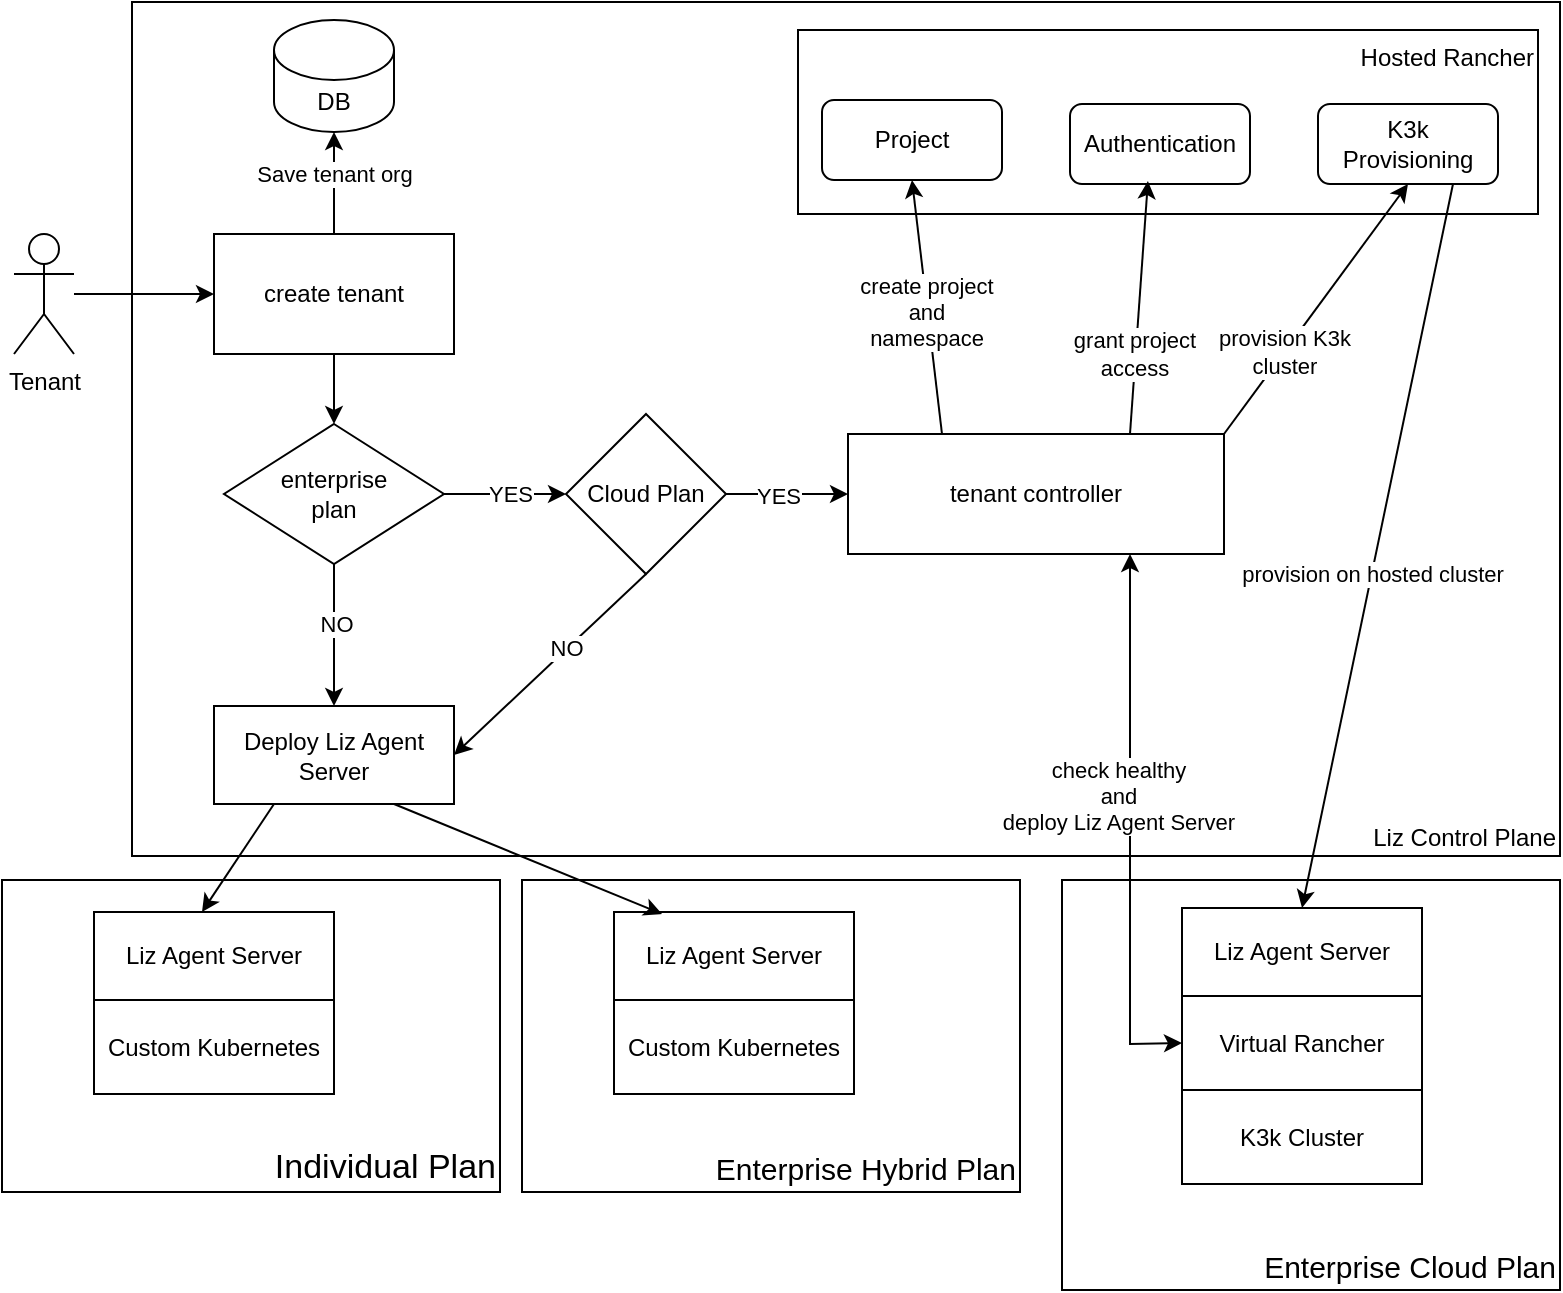
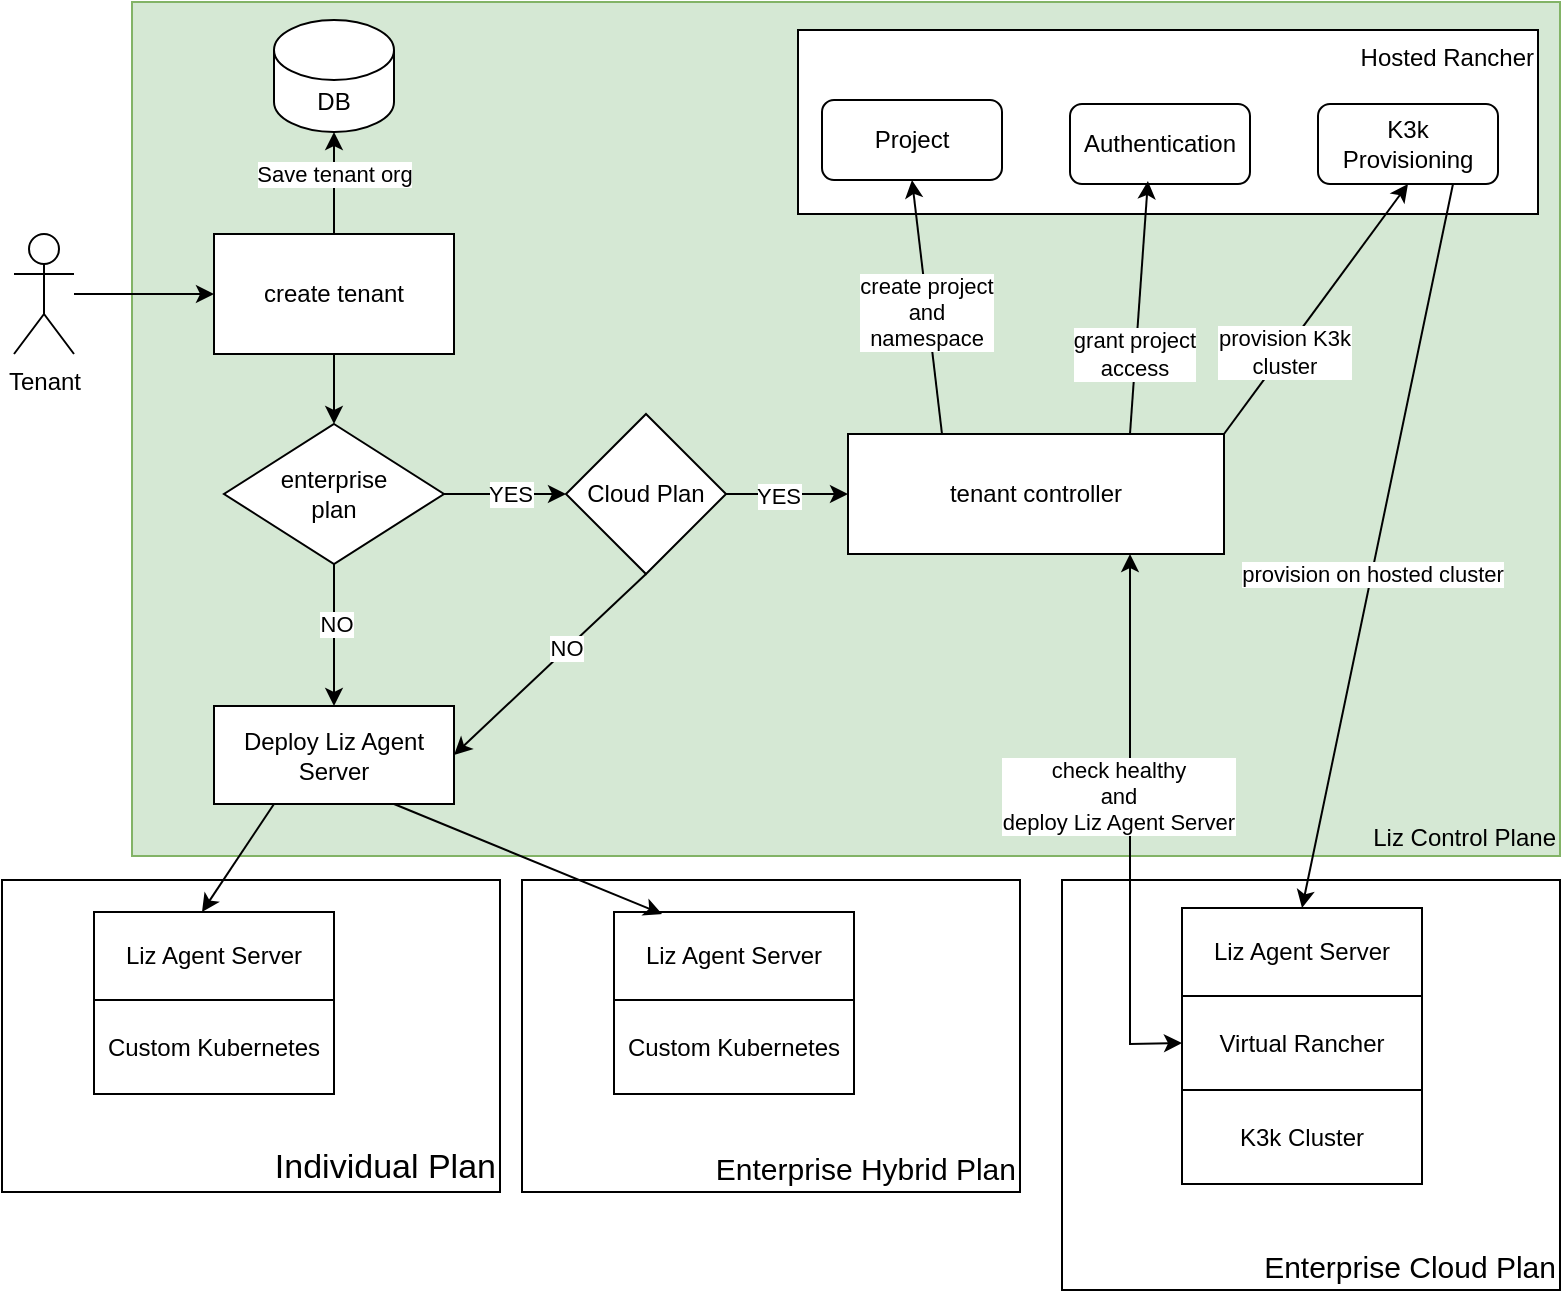
<mxfile host="app.diagrams.net">
  <diagram name="第 1 页" id="L-sD2WPmEqHrs-nHEADV">
    <mxGraphModel dx="1222" dy="745" grid="0" gridSize="10" guides="1" tooltips="1" connect="1" arrows="1" fold="1" page="1" pageScale="1" pageWidth="827" pageHeight="1169" math="0" shadow="0">
      <root>
        <mxCell id="0" />
        <mxCell id="1" parent="0" />
        <mxCell id="s9PzU-UQ4cBH2LS_8AfC-22" parent="1" style="rounded=0;whiteSpace=wrap;html=1;verticalAlign=bottom;align=right;fontSize=17;" value="Individual Plan" vertex="1">
          <mxGeometry height="156" width="249" x="23" y="573" as="geometry" />
        </mxCell>
        <mxCell id="s9PzU-UQ4cBH2LS_8AfC-20" parent="1" style="rounded=0;whiteSpace=wrap;html=1;verticalAlign=bottom;align=right;fontSize=15;" value="Enterprise Cloud Plan" vertex="1">
          <mxGeometry height="205" width="249" x="553" y="573" as="geometry" />
        </mxCell>
-         <mxCell id="s9PzU-UQ4cBH2LS_8AfC-17" parent="1" style="rounded=0;whiteSpace=wrap;html=1;verticalAlign=bottom;align=right;" value="Liz Control Plane" vertex="1">
+         <mxCell id="s9PzU-UQ4cBH2LS_8AfC-17" parent="1" style="rounded=0;whiteSpace=wrap;html=1;verticalAlign=bottom;align=right;labelBackgroundColor=none;labelBorderColor=none;fillColor=#d5e8d4;strokeColor=#82b366;" value="Liz Control Plane" vertex="1">
          <mxGeometry height="427" width="714" x="88" y="134" as="geometry" />
        </mxCell>
        <mxCell id="RmhtLynf-h64byK3Bh4Q-11" edge="1" parent="1" source="RmhtLynf-h64byK3Bh4Q-1" style="edgeStyle=orthogonalEdgeStyle;rounded=0;orthogonalLoop=1;jettySize=auto;html=1;" target="RmhtLynf-h64byK3Bh4Q-5" value="">
          <mxGeometry relative="1" as="geometry" />
        </mxCell>
        <mxCell id="RmhtLynf-h64byK3Bh4Q-1" parent="1" style="shape=umlActor;verticalLabelPosition=bottom;verticalAlign=top;html=1;outlineConnect=0;" value="Tenant" vertex="1">
          <mxGeometry height="60" width="30" x="29" y="250" as="geometry" />
        </mxCell>
        <mxCell id="RmhtLynf-h64byK3Bh4Q-21" edge="1" parent="1" source="RmhtLynf-h64byK3Bh4Q-5" style="edgeStyle=orthogonalEdgeStyle;rounded=0;orthogonalLoop=1;jettySize=auto;html=1;" target="RmhtLynf-h64byK3Bh4Q-20" value="">
          <mxGeometry relative="1" as="geometry" />
        </mxCell>
        <mxCell id="RmhtLynf-h64byK3Bh4Q-5" parent="1" style="rounded=0;whiteSpace=wrap;html=1;" value="create tenant" vertex="1">
          <mxGeometry height="60" width="120" x="129" y="250" as="geometry" />
        </mxCell>
        <mxCell id="RmhtLynf-h64byK3Bh4Q-6" parent="1" style="shape=cylinder3;whiteSpace=wrap;html=1;boundedLbl=1;backgroundOutline=1;size=15;" value="DB" vertex="1">
          <mxGeometry height="56" width="60" x="159" y="143" as="geometry" />
        </mxCell>
        <mxCell id="RmhtLynf-h64byK3Bh4Q-7" parent="1" style="rounded=0;whiteSpace=wrap;html=1;verticalAlign=top;align=right;" value="Hosted Rancher" vertex="1">
          <mxGeometry height="92" width="370" x="421" y="148" as="geometry" />
        </mxCell>
        <mxCell id="RmhtLynf-h64byK3Bh4Q-8" parent="1" style="rounded=1;whiteSpace=wrap;html=1;" value="Project" vertex="1">
          <mxGeometry height="40" width="90" x="433" y="183" as="geometry" />
        </mxCell>
        <mxCell id="RmhtLynf-h64byK3Bh4Q-9" parent="1" style="rounded=1;whiteSpace=wrap;html=1;" value="Authentication" vertex="1">
          <mxGeometry height="40" width="90" x="557" y="185" as="geometry" />
        </mxCell>
        <mxCell id="RmhtLynf-h64byK3Bh4Q-10" parent="1" style="rounded=1;whiteSpace=wrap;html=1;" value="K3k Provisioning" vertex="1">
          <mxGeometry height="40" width="90" x="681" y="185" as="geometry" />
        </mxCell>
        <mxCell id="RmhtLynf-h64byK3Bh4Q-12" edge="1" parent="1" source="RmhtLynf-h64byK3Bh4Q-5" style="endArrow=classic;html=1;rounded=0;exitX=0.5;exitY=0;exitDx=0;exitDy=0;entryX=0.5;entryY=1;entryDx=0;entryDy=0;entryPerimeter=0;" target="RmhtLynf-h64byK3Bh4Q-6" value="">
          <mxGeometry height="50" relative="1" width="50" as="geometry">
            <mxPoint x="229" y="230" as="sourcePoint" />
            <mxPoint x="189" y="160" as="targetPoint" />
          </mxGeometry>
        </mxCell>
        <mxCell id="RmhtLynf-h64byK3Bh4Q-13" connectable="0" parent="RmhtLynf-h64byK3Bh4Q-12" style="edgeLabel;html=1;align=center;verticalAlign=middle;resizable=0;points=[];" value="Save tenant org" vertex="1">
          <mxGeometry relative="1" x="-0.3448" as="geometry">
            <mxPoint y="-14" as="offset" />
          </mxGeometry>
        </mxCell>
        <mxCell id="RmhtLynf-h64byK3Bh4Q-28" edge="1" parent="1" source="RmhtLynf-h64byK3Bh4Q-20" style="edgeStyle=orthogonalEdgeStyle;rounded=0;orthogonalLoop=1;jettySize=auto;html=1;" target="RmhtLynf-h64byK3Bh4Q-27" value="">
          <mxGeometry relative="1" as="geometry" />
        </mxCell>
        <mxCell id="RmhtLynf-h64byK3Bh4Q-29" connectable="0" parent="RmhtLynf-h64byK3Bh4Q-28" style="edgeLabel;html=1;align=center;verticalAlign=middle;resizable=0;points=[];" value="NO" vertex="1">
          <mxGeometry relative="1" x="-0.1692" y="1" as="geometry">
            <mxPoint as="offset" />
          </mxGeometry>
        </mxCell>
        <mxCell id="s9PzU-UQ4cBH2LS_8AfC-27" edge="1" parent="1" source="RmhtLynf-h64byK3Bh4Q-20" style="edgeStyle=orthogonalEdgeStyle;rounded=0;orthogonalLoop=1;jettySize=auto;html=1;" target="s9PzU-UQ4cBH2LS_8AfC-26" value="">
          <mxGeometry relative="1" as="geometry" />
        </mxCell>
        <mxCell id="s9PzU-UQ4cBH2LS_8AfC-28" connectable="0" parent="s9PzU-UQ4cBH2LS_8AfC-27" style="edgeLabel;html=1;align=center;verticalAlign=middle;resizable=0;points=[];" value="YES" vertex="1">
          <mxGeometry relative="1" x="0.082" y="1" as="geometry">
            <mxPoint y="1" as="offset" />
          </mxGeometry>
        </mxCell>
        <mxCell id="RmhtLynf-h64byK3Bh4Q-20" parent="1" style="rhombus;whiteSpace=wrap;html=1;" value="enterprise&lt;div&gt;plan&lt;/div&gt;" vertex="1">
          <mxGeometry height="70" width="110" x="134" y="345" as="geometry" />
        </mxCell>
        <mxCell id="RmhtLynf-h64byK3Bh4Q-24" parent="1" style="rounded=0;whiteSpace=wrap;html=1;verticalAlign=middle;align=center;" value="Virtual Rancher" vertex="1">
          <mxGeometry height="47" width="120" x="613" y="631" as="geometry" />
        </mxCell>
        <mxCell id="RmhtLynf-h64byK3Bh4Q-27" parent="1" style="rounded=0;whiteSpace=wrap;html=1;" value="Deploy Liz Agent Server" vertex="1">
          <mxGeometry height="49" width="120" x="129" y="486" as="geometry" />
        </mxCell>
        <mxCell id="s9PzU-UQ4cBH2LS_8AfC-1" parent="1" style="rounded=0;whiteSpace=wrap;html=1;" value="tenant controller" vertex="1">
          <mxGeometry height="60" width="188" x="446" y="350" as="geometry" />
        </mxCell>
        <mxCell id="s9PzU-UQ4cBH2LS_8AfC-4" edge="1" parent="1" source="s9PzU-UQ4cBH2LS_8AfC-1" style="endArrow=classic;html=1;rounded=0;exitX=0.25;exitY=0;exitDx=0;exitDy=0;entryX=0.5;entryY=1;entryDx=0;entryDy=0;" target="RmhtLynf-h64byK3Bh4Q-8" value="">
          <mxGeometry height="50" relative="1" width="50" as="geometry">
            <mxPoint x="343" y="334" as="sourcePoint" />
            <mxPoint x="393" y="284" as="targetPoint" />
          </mxGeometry>
        </mxCell>
        <mxCell id="s9PzU-UQ4cBH2LS_8AfC-5" connectable="0" parent="s9PzU-UQ4cBH2LS_8AfC-4" style="edgeLabel;html=1;align=center;verticalAlign=middle;resizable=0;points=[];" value="create project&lt;div&gt;and&lt;/div&gt;&lt;div&gt;namespace&lt;/div&gt;" vertex="1">
          <mxGeometry relative="1" x="-0.0292" y="1" as="geometry">
            <mxPoint as="offset" />
          </mxGeometry>
        </mxCell>
        <mxCell id="s9PzU-UQ4cBH2LS_8AfC-6" edge="1" parent="1" source="s9PzU-UQ4cBH2LS_8AfC-1" style="endArrow=classic;html=1;rounded=0;exitX=0.75;exitY=0;exitDx=0;exitDy=0;entryX=0.433;entryY=0.963;entryDx=0;entryDy=0;entryPerimeter=0;" target="RmhtLynf-h64byK3Bh4Q-9" value="">
          <mxGeometry height="50" relative="1" width="50" as="geometry">
            <mxPoint x="444" y="339" as="sourcePoint" />
            <mxPoint x="494" y="289" as="targetPoint" />
          </mxGeometry>
        </mxCell>
        <mxCell id="s9PzU-UQ4cBH2LS_8AfC-7" connectable="0" parent="s9PzU-UQ4cBH2LS_8AfC-6" style="edgeLabel;html=1;align=center;verticalAlign=middle;resizable=0;points=[];" value="grant project&lt;div&gt;access&lt;/div&gt;" vertex="1">
          <mxGeometry relative="1" x="-0.3697" y="1" as="geometry">
            <mxPoint as="offset" />
          </mxGeometry>
        </mxCell>
        <mxCell id="s9PzU-UQ4cBH2LS_8AfC-8" edge="1" parent="1" source="s9PzU-UQ4cBH2LS_8AfC-1" style="endArrow=classic;html=1;rounded=0;exitX=1;exitY=0;exitDx=0;exitDy=0;entryX=0.5;entryY=1;entryDx=0;entryDy=0;" target="RmhtLynf-h64byK3Bh4Q-10" value="">
          <mxGeometry height="50" relative="1" width="50" as="geometry">
            <mxPoint x="524" y="364" as="sourcePoint" />
            <mxPoint x="574" y="314" as="targetPoint" />
          </mxGeometry>
        </mxCell>
        <mxCell id="s9PzU-UQ4cBH2LS_8AfC-9" connectable="0" parent="s9PzU-UQ4cBH2LS_8AfC-8" style="edgeLabel;html=1;align=center;verticalAlign=middle;resizable=0;points=[];" value="provision K3k&lt;div&gt;cluster&lt;/div&gt;" vertex="1">
          <mxGeometry relative="1" x="-0.3336" y="1" as="geometry">
            <mxPoint y="1" as="offset" />
          </mxGeometry>
        </mxCell>
        <mxCell id="s9PzU-UQ4cBH2LS_8AfC-10" parent="1" style="rounded=0;whiteSpace=wrap;html=1;" value="Liz Agent Server" vertex="1">
          <mxGeometry height="44" width="120" x="613" y="587" as="geometry" />
        </mxCell>
        <mxCell id="s9PzU-UQ4cBH2LS_8AfC-11" edge="1" parent="1" source="RmhtLynf-h64byK3Bh4Q-10" style="endArrow=classic;html=1;rounded=0;exitX=0.75;exitY=1;exitDx=0;exitDy=0;entryX=0.5;entryY=0;entryDx=0;entryDy=0;" target="s9PzU-UQ4cBH2LS_8AfC-10" value="">
          <mxGeometry height="50" relative="1" width="50" as="geometry">
            <mxPoint x="748" y="334" as="sourcePoint" />
            <mxPoint x="798" y="284" as="targetPoint" />
          </mxGeometry>
        </mxCell>
        <mxCell id="s9PzU-UQ4cBH2LS_8AfC-12" connectable="0" parent="s9PzU-UQ4cBH2LS_8AfC-11" style="edgeLabel;html=1;align=center;verticalAlign=middle;resizable=0;points=[];" value="provision on hosted cluster" vertex="1">
          <mxGeometry relative="1" x="0.0723" as="geometry">
            <mxPoint as="offset" />
          </mxGeometry>
        </mxCell>
        <mxCell id="s9PzU-UQ4cBH2LS_8AfC-13" edge="1" parent="1" source="s9PzU-UQ4cBH2LS_8AfC-1" style="endArrow=classic;startArrow=classic;html=1;rounded=0;exitX=0.75;exitY=1;exitDx=0;exitDy=0;entryX=0;entryY=0.5;entryDx=0;entryDy=0;" target="RmhtLynf-h64byK3Bh4Q-24" value="">
          <mxGeometry height="50" relative="1" width="50" as="geometry">
            <Array as="points">
              <mxPoint x="587" y="655" />
            </Array>
            <mxPoint x="539" y="484" as="sourcePoint" />
            <mxPoint x="666" y="420.5" as="targetPoint" />
          </mxGeometry>
        </mxCell>
        <mxCell id="s9PzU-UQ4cBH2LS_8AfC-14" connectable="0" parent="s9PzU-UQ4cBH2LS_8AfC-13" style="edgeLabel;html=1;align=center;verticalAlign=middle;resizable=0;points=[];" value="check&amp;nbsp;&lt;span style=&quot;background-color: light-dark(#ffffff, var(--ge-dark-color, #121212)); color: light-dark(rgb(0, 0, 0), rgb(255, 255, 255));&quot;&gt;healthy&lt;/span&gt;&lt;div&gt;&lt;span style=&quot;background-color: light-dark(#ffffff, var(--ge-dark-color, #121212)); color: light-dark(rgb(0, 0, 0), rgb(255, 255, 255));&quot;&gt;and&lt;/span&gt;&lt;/div&gt;&lt;div&gt;&lt;span style=&quot;background-color: light-dark(#ffffff, var(--ge-dark-color, #121212)); color: light-dark(rgb(0, 0, 0), rgb(255, 255, 255));&quot;&gt;deploy Liz Agent Server&lt;/span&gt;&lt;/div&gt;" vertex="1">
          <mxGeometry relative="1" x="-0.3333" as="geometry">
            <mxPoint x="-6" y="30" as="offset" />
          </mxGeometry>
        </mxCell>
        <mxCell id="s9PzU-UQ4cBH2LS_8AfC-18" parent="1" style="rounded=0;whiteSpace=wrap;html=1;verticalAlign=middle;align=center;" value="K3k Cluster" vertex="1">
          <mxGeometry height="47" width="120" x="613" y="678" as="geometry" />
        </mxCell>
        <mxCell id="s9PzU-UQ4cBH2LS_8AfC-19" parent="1" style="rounded=0;whiteSpace=wrap;html=1;" value="Liz Agent Server" vertex="1">
          <mxGeometry height="44" width="120" x="69" y="589" as="geometry" />
        </mxCell>
        <mxCell id="s9PzU-UQ4cBH2LS_8AfC-21" parent="1" style="rounded=0;whiteSpace=wrap;html=1;verticalAlign=middle;align=center;" value="Custom Kubernetes" vertex="1">
          <mxGeometry height="47" width="120" x="69" y="633" as="geometry" />
        </mxCell>
        <mxCell id="s9PzU-UQ4cBH2LS_8AfC-23" parent="1" style="rounded=0;whiteSpace=wrap;html=1;verticalAlign=bottom;align=right;fontSize=15;" value="Enterprise Hybrid Plan" vertex="1">
          <mxGeometry height="156" width="249" x="283" y="573" as="geometry" />
        </mxCell>
        <mxCell id="s9PzU-UQ4cBH2LS_8AfC-24" parent="1" style="rounded=0;whiteSpace=wrap;html=1;" value="Liz Agent Server" vertex="1">
          <mxGeometry height="44" width="120" x="329" y="589" as="geometry" />
        </mxCell>
        <mxCell id="s9PzU-UQ4cBH2LS_8AfC-25" parent="1" style="rounded=0;whiteSpace=wrap;html=1;verticalAlign=middle;align=center;" value="Custom Kubernetes" vertex="1">
          <mxGeometry height="47" width="120" x="329" y="633" as="geometry" />
        </mxCell>
        <mxCell id="s9PzU-UQ4cBH2LS_8AfC-29" edge="1" parent="1" source="s9PzU-UQ4cBH2LS_8AfC-26" style="edgeStyle=orthogonalEdgeStyle;rounded=0;orthogonalLoop=1;jettySize=auto;html=1;" target="s9PzU-UQ4cBH2LS_8AfC-1" value="">
          <mxGeometry relative="1" as="geometry" />
        </mxCell>
        <mxCell id="s9PzU-UQ4cBH2LS_8AfC-31" connectable="0" parent="s9PzU-UQ4cBH2LS_8AfC-29" style="edgeLabel;html=1;align=center;verticalAlign=middle;resizable=0;points=[];" value="YES" vertex="1">
          <mxGeometry relative="1" x="-0.1475" as="geometry">
            <mxPoint y="1" as="offset" />
          </mxGeometry>
        </mxCell>
        <mxCell id="s9PzU-UQ4cBH2LS_8AfC-26" parent="1" style="rhombus;whiteSpace=wrap;html=1;" value="Cloud Plan" vertex="1">
          <mxGeometry height="80" width="80" x="305" y="340" as="geometry" />
        </mxCell>
        <mxCell id="s9PzU-UQ4cBH2LS_8AfC-30" edge="1" parent="1" source="s9PzU-UQ4cBH2LS_8AfC-26" style="endArrow=classic;html=1;rounded=0;exitX=0.5;exitY=1;exitDx=0;exitDy=0;entryX=1;entryY=0.5;entryDx=0;entryDy=0;" target="RmhtLynf-h64byK3Bh4Q-27" value="">
          <mxGeometry height="50" relative="1" width="50" as="geometry">
            <mxPoint x="378" y="505" as="sourcePoint" />
            <mxPoint x="428" y="455" as="targetPoint" />
          </mxGeometry>
        </mxCell>
        <mxCell id="s9PzU-UQ4cBH2LS_8AfC-32" connectable="0" parent="s9PzU-UQ4cBH2LS_8AfC-30" style="edgeLabel;html=1;align=center;verticalAlign=middle;resizable=0;points=[];" value="NO" vertex="1">
          <mxGeometry relative="1" x="-0.1807" y="-1" as="geometry">
            <mxPoint as="offset" />
          </mxGeometry>
        </mxCell>
        <mxCell id="s9PzU-UQ4cBH2LS_8AfC-33" edge="1" parent="1" source="RmhtLynf-h64byK3Bh4Q-27" style="endArrow=classic;html=1;rounded=0;exitX=0.75;exitY=1;exitDx=0;exitDy=0;entryX=0.2;entryY=0.023;entryDx=0;entryDy=0;entryPerimeter=0;" target="s9PzU-UQ4cBH2LS_8AfC-24" value="">
          <mxGeometry height="50" relative="1" width="50" as="geometry">
            <mxPoint x="284" y="557" as="sourcePoint" />
            <mxPoint x="334" y="507" as="targetPoint" />
          </mxGeometry>
        </mxCell>
        <mxCell id="s9PzU-UQ4cBH2LS_8AfC-34" edge="1" parent="1" source="RmhtLynf-h64byK3Bh4Q-27" style="endArrow=classic;html=1;rounded=0;exitX=0.25;exitY=1;exitDx=0;exitDy=0;entryX=0.45;entryY=0;entryDx=0;entryDy=0;entryPerimeter=0;" target="s9PzU-UQ4cBH2LS_8AfC-19" value="">
          <mxGeometry height="50" relative="1" width="50" as="geometry">
            <mxPoint x="319" y="530" as="sourcePoint" />
            <mxPoint x="369" y="480" as="targetPoint" />
          </mxGeometry>
        </mxCell>
      </root>
    </mxGraphModel>
  </diagram>
</mxfile>
